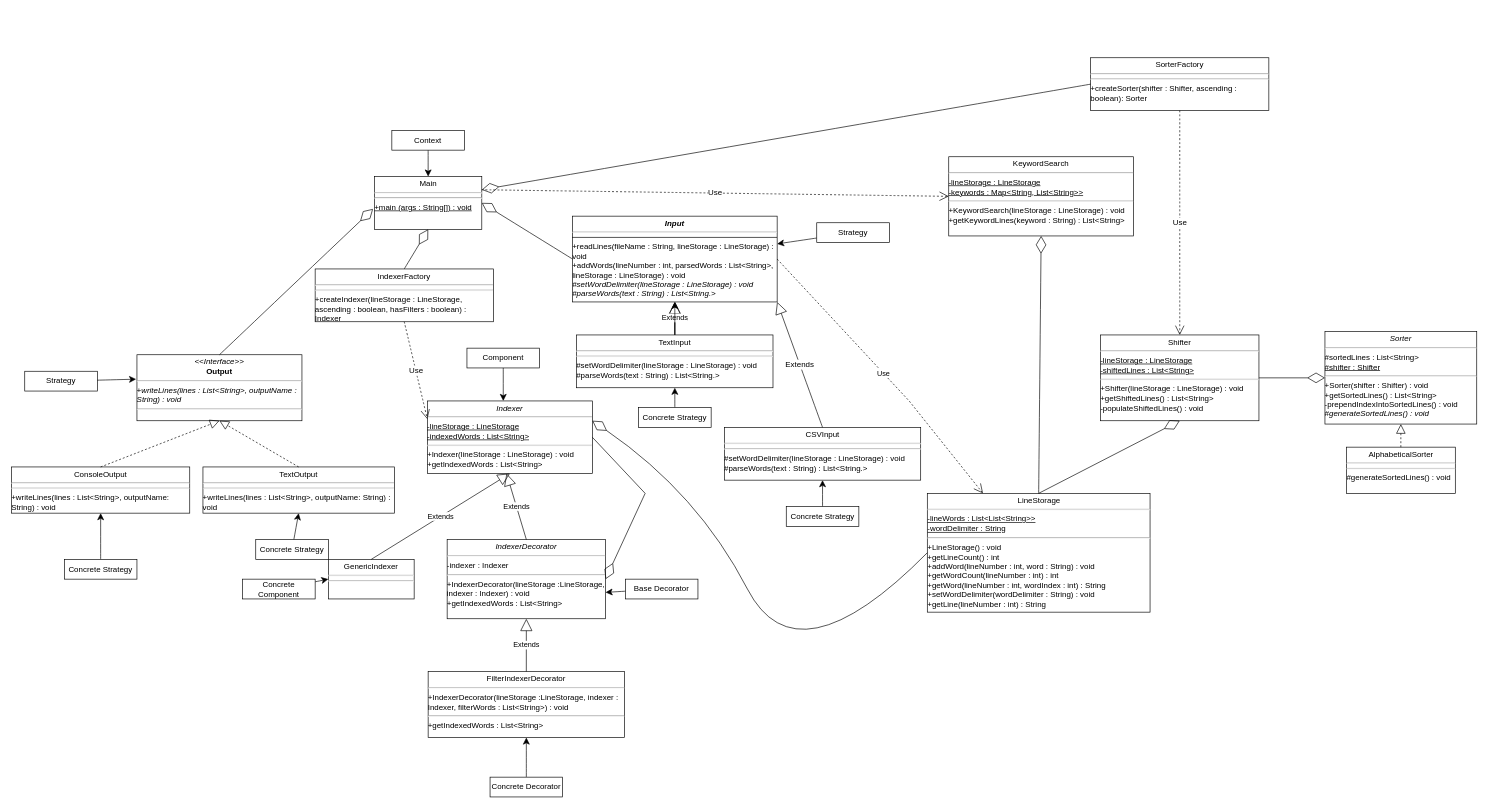
Above: Homework/Homework 2/UML/Class Diagram.drawio in dragon5201111/Drexel-University-SE-311-Software-Architecture-II (draw.io), before the change. Source tidied: cells renumbered, new cells numbered last; positions are measured from the earlier drawing's top-left corner, leaving out a move shared by most shapes. Both pictures are drawn from the tidied source at 66%, with x=0, y=0 at pixel (11, 57).
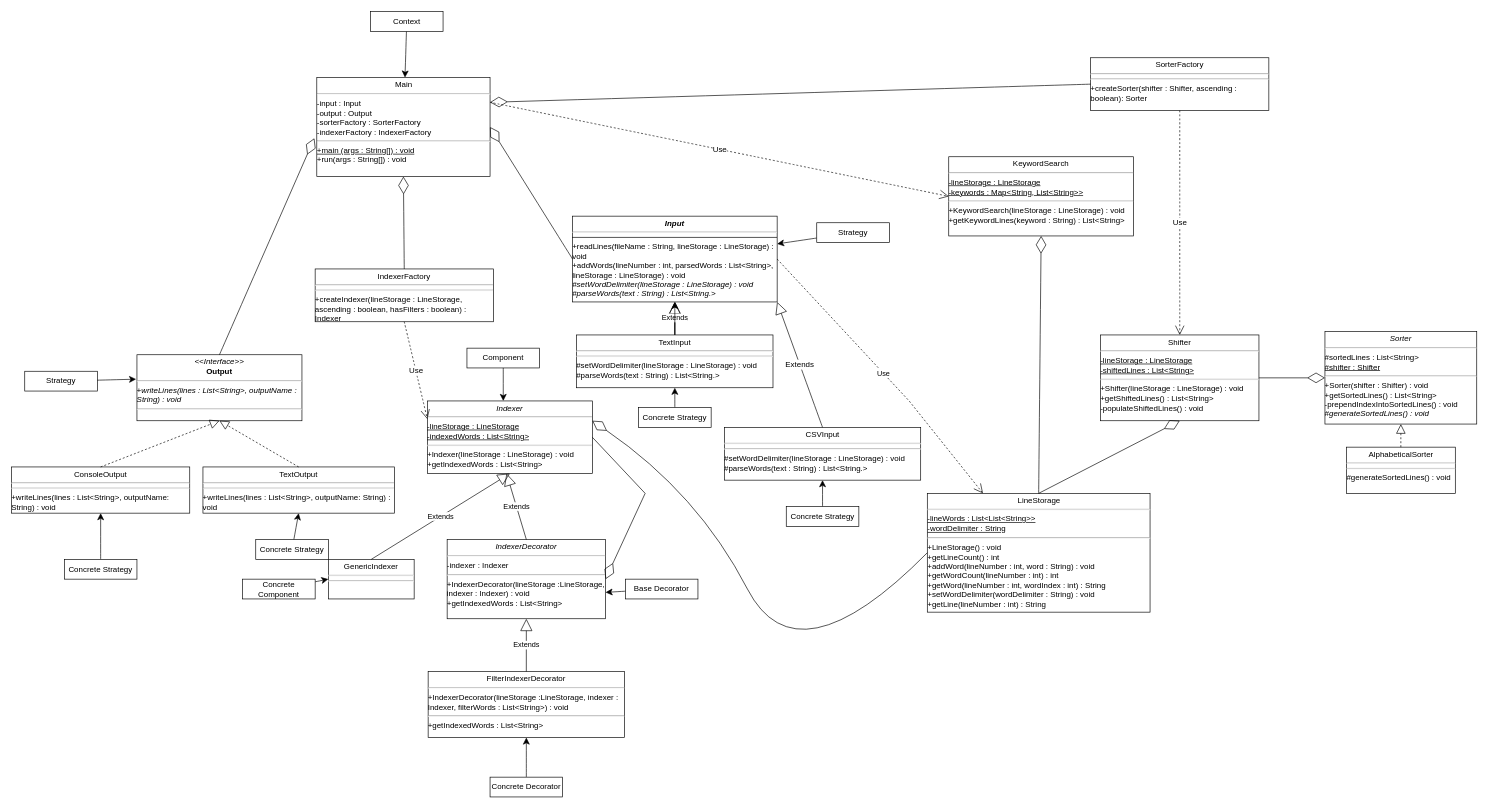
The same page after the edit.

Diff of the diagram source:
```diff
@@
-    <mxCell id="12" value="&lt;p style=&quot;margin:0px;margin-top:4px;text-align:center;&quot;&gt;Main&lt;/p&gt;&lt;hr&gt;&lt;hr&gt;&lt;u&gt;+main (args : String[]) : void&lt;br&gt;&lt;/u&gt;&lt;div&gt;&lt;br&gt;&lt;/div&gt;" style="verticalAlign=top;align=left;overflow=fill;html=1;whiteSpace=wrap;" parent="1" vertex="1">
-      <mxGeometry x="550" y="180" width="162.5" height="80" as="geometry" />
+    <mxCell id="12" value="&lt;p style=&quot;margin:0px;margin-top:4px;text-align:center;&quot;&gt;Main&lt;/p&gt;&lt;hr&gt;-input : Input&lt;div&gt;-output : Output&lt;/div&gt;&lt;div&gt;-sorterFactory : SorterFactory&lt;/div&gt;&lt;div&gt;-indexerFactory : IndexerFactory&lt;/div&gt;&lt;div&gt;&lt;hr&gt;&lt;u&gt;+main (args : String[]) : void&lt;br&gt;&lt;/u&gt;&lt;div&gt;+run(args : String[]) : void&lt;/div&gt;&lt;/div&gt;" style="verticalAlign=top;align=left;overflow=fill;html=1;whiteSpace=wrap;" parent="1" vertex="1">
+      <mxGeometry x="462.5" y="30" width="262.5" height="150" as="geometry" />
     </mxCell>
@@
     <mxCell id="58" value="Context" style="rounded=0;whiteSpace=wrap;html=1;" parent="1" vertex="1">
-      <mxGeometry x="576.2" y="110" width="110" height="30" as="geometry" />
+      <mxGeometry x="543.8" y="-70" width="110" height="30" as="geometry" />
     </mxCell>
```
